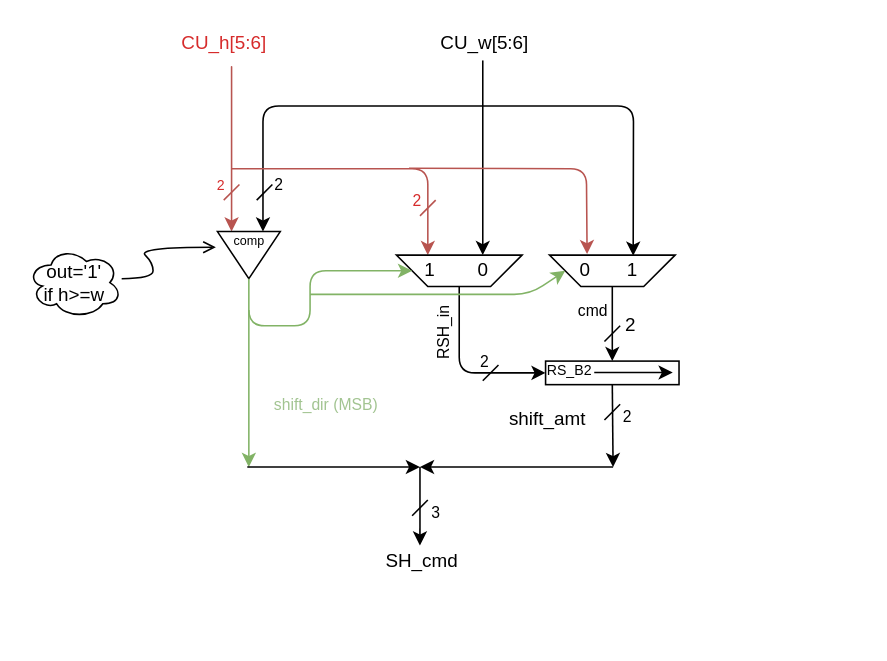
This is page "Constr. - h_over_w" (3 of 6) of AME-block_diagram.drawio from CostantinoTaranto/AME_Block-Diagram, a draw.io file, before an edit. Source tidied: cells renumbered, new cells numbered last; positions are measured from the earlier drawing's top-left corner, leaving out a move shared by most shapes. Both pictures are drawn from the tidied source at 157%, with x=0, y=0 at pixel (27, 27).
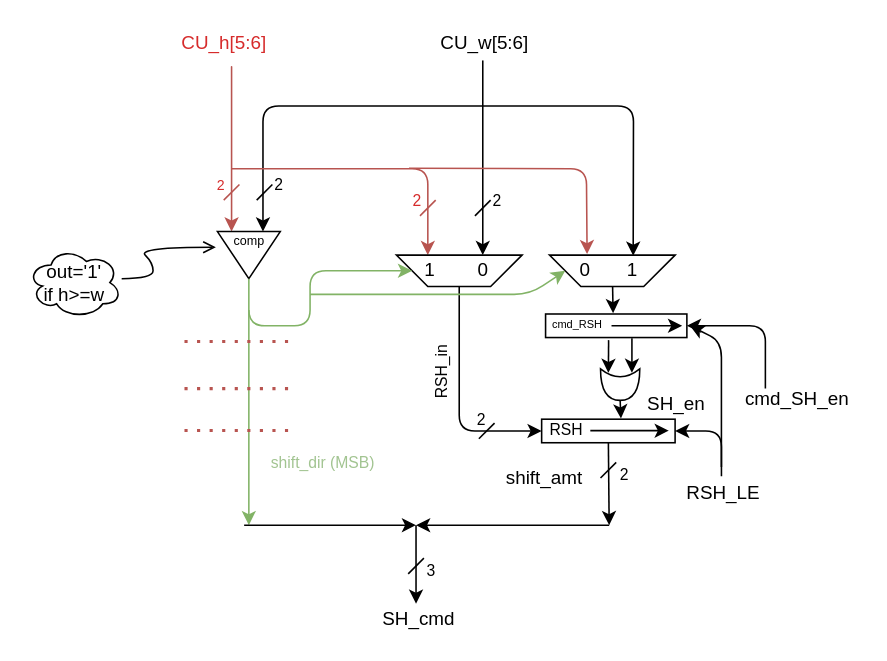
The same page after the edit.

Unchanged cells that the change refers to:
```xml
<mxCell id="9" style="shape=trapezoid;perimeter=trapezoidPerimeter;whiteSpace=wrap;html=1;fixedSize=1;rotation=-180;" parent="1" vertex="1">
  <mxGeometry x="235" y="145" width="80" height="20" as="geometry" />
</mxCell>
<mxCell id="15" style="rounded=0;whiteSpace=wrap;html=1;" parent="14" vertex="1">
  <mxGeometry y="2.5" width="85" height="15" as="geometry" />
</mxCell>
<mxCell id="23" style="shape=trapezoid;perimeter=trapezoidPerimeter;whiteSpace=wrap;html=1;fixedSize=1;rotation=-180;" parent="1" vertex="1">
  <mxGeometry x="332.5" y="145" width="80" height="20" as="geometry" />
</mxCell>
```

The edit, as a diff of the source:
```diff
@@
     <mxCell id="14" style="group;" parent="1" vertex="1">
-      <mxGeometry x="330" y="210" width="85" height="20" as="geometry" />
+      <mxGeometry x="327.5" y="247" width="85" height="20" as="geometry" />
     </mxCell>
@@
-    <mxCell id="16" value="&lt;font style=&quot;font-size: 9px&quot;&gt;RS_B2&lt;/font&gt;" style="text;html=1;align=center;verticalAlign=middle;" parent="14" vertex="1">
-      <mxGeometry x="-5" y="-2" width="40" height="20" as="geometry" />
+    <mxCell id="16" value="&lt;font size=&quot;1&quot;&gt;RSH&lt;/font&gt;" style="text;html=1;align=center;verticalAlign=middle;" parent="14" vertex="1">
+      <mxGeometry x="-5" y="-1" width="40" height="20" as="geometry" />
     </mxCell>
@@
     <mxCell id="18" style="endArrow=classic;html=1;exitX=0.5;exitY=0;exitDx=0;exitDy=0;entryX=0;entryY=0.5;entryDx=0;entryDy=0;" parent="1" edge="1" source="9" target="15">
       <mxGeometry relative="1" as="geometry">
         <Array as="points">
-          <mxPoint x="275" y="220" />
+          <mxPoint x="275" y="257" />
         </Array>
       </mxGeometry>
     </mxCell>
@@
-    <mxCell id="21" value="&lt;font style=&quot;font-size: 10px&quot;&gt;cmd&lt;/font&gt;" style="text;html=1;align=center;verticalAlign=middle;rotation=0;" parent="1" vertex="1">
-      <mxGeometry x="345" y="170" width="30" height="20" as="geometry" />
-    </mxCell>
     <mxCell id="22" value="&lt;font style=&quot;font-size: 10px&quot;&gt;RSH_in&lt;/font&gt;" style="text;html=1;align=center;verticalAlign=middle;rotation=-90;" parent="1" vertex="1">
-      <mxGeometry x="240" y="185" width="50" height="20" as="geometry" />
+      <mxGeometry x="239" y="210" width="50" height="20" as="geometry" />
     </mxCell>
@@
-    <mxCell id="26" style="endArrow=classic;html=1;entryX=0.5;entryY=0;entryDx=0;entryDy=0;" parent="1" edge="1" source="23" target="15">
-      <mxGeometry relative="1" as="geometry" />
+    <mxCell id="26" style="endArrow=classic;html=1;" parent="1" edge="1" source="23">
+      <mxGeometry relative="1" as="geometry">
+        <mxPoint x="373" y="182" as="targetPoint" />
+      </mxGeometry>
     </mxCell>
@@
     <mxCell id="29" style="endArrow=classic;html=1;fillColor=#d5e8d4;strokeColor=#82b366;" parent="1" edge="1">
       <mxGeometry relative="1" as="geometry">
         <mxPoint x="141" y="180" as="sourcePoint" />
-        <mxPoint x="141" y="280" as="targetPoint" />
+        <mxPoint x="141" y="317" as="targetPoint" />
       </mxGeometry>
     </mxCell>
     <mxCell id="30" value="&lt;font style=&quot;font-size: 10px&quot; color=&quot;#a2c491&quot;&gt;shift_dir (MSB)&lt;/font&gt;" style="text;html=1;align=center;verticalAlign=middle;rotation=0;" parent="1" vertex="1">
-      <mxGeometry x="150" y="230" width="80" height="20" as="geometry" />
+      <mxGeometry x="147.5" y="267" width="80" height="20" as="geometry" />
     </mxCell>
@@
     <mxCell id="38" style="endArrow=none;html=1;fillColor=#f8cecc;" parent="1" edge="1">
       <mxGeometry relative="1" as="geometry">
-        <mxPoint x="290" y="225" as="sourcePoint" />
-        <mxPoint x="300" y="215" as="targetPoint" />
+        <mxPoint x="287.5" y="262" as="sourcePoint" />
+        <mxPoint x="297.5" y="252" as="targetPoint" />
       </mxGeometry>
     </mxCell>
     <mxCell id="39" value="&lt;font size=&quot;1&quot;&gt;2&lt;/font&gt;" style="text;html=1;align=center;verticalAlign=middle;" parent="1" vertex="1">
-      <mxGeometry x="281" y="203" width="20" height="20" as="geometry" />
+      <mxGeometry x="278.5" y="240" width="20" height="20" as="geometry" />
     </mxCell>
-    <mxCell id="40" style="endArrow=none;html=1;strokeColor=#000000;" parent="1" edge="1">
-      <mxGeometry relative="1" as="geometry">
-        <mxPoint x="367.5" y="200" as="sourcePoint" />
-        <mxPoint x="377.5" y="190" as="targetPoint" />
-      </mxGeometry>
-    </mxCell>
-    <mxCell id="41" value="2" style="text;html=1;align=center;verticalAlign=middle;" parent="1" vertex="1">
-      <mxGeometry x="374" y="180" width="20" height="20" as="geometry" />
-    </mxCell>
     <mxCell id="42" style="endArrow=classic;html=1;strokeColor=#000000;exitX=0.5;exitY=1;exitDx=0;exitDy=0;" parent="1" edge="1" source="15">
       <mxGeometry relative="1" as="geometry">
-        <mxPoint x="373" y="280" as="targetPoint" />
+        <mxPoint x="370.5" y="317" as="targetPoint" />
       </mxGeometry>
     </mxCell>
     <mxCell id="43" value="shift_amt" style="text;html=1;align=center;verticalAlign=middle;" parent="1" vertex="1">
-      <mxGeometry x="301" y="240" width="60" height="20" as="geometry" />
+      <mxGeometry x="298.5" y="277" width="60" height="20" as="geometry" />
     </mxCell>
     <mxCell id="44" style="endArrow=none;html=1;strokeColor=#000000;" parent="1" edge="1">
       <mxGeometry relative="1" as="geometry">
-        <mxPoint x="367.5" y="250" as="sourcePoint" />
-        <mxPoint x="377.5" y="240" as="targetPoint" />
+        <mxPoint x="365" y="287" as="sourcePoint" />
+        <mxPoint x="375" y="277" as="targetPoint" />
       </mxGeometry>
     </mxCell>
     <mxCell id="45" value="&lt;font style=&quot;font-size: 10px&quot;&gt;2&lt;/font&gt;" style="text;html=1;align=center;verticalAlign=middle;" parent="1" vertex="1">
-      <mxGeometry x="372" y="238" width="20" height="20" as="geometry" />
+      <mxGeometry x="369.5" y="275" width="20" height="20" as="geometry" />
     </mxCell>
     <mxCell id="46" style="endArrow=classic;html=1;strokeColor=#000000;" parent="1" edge="1">
       <mxGeometry relative="1" as="geometry">
-        <mxPoint x="140" y="280" as="sourcePoint" />
-        <mxPoint x="250" y="280" as="targetPoint" />
+        <mxPoint x="138" y="317" as="sourcePoint" />
+        <mxPoint x="247.5" y="317" as="targetPoint" />
       </mxGeometry>
     </mxCell>
     <mxCell id="47" style="endArrow=classic;html=1;strokeColor=#000000;" parent="1" edge="1">
       <mxGeometry relative="1" as="geometry">
-        <mxPoint x="373" y="280" as="sourcePoint" />
-        <mxPoint x="250" y="280" as="targetPoint" />
+        <mxPoint x="370.5" y="317" as="sourcePoint" />
+        <mxPoint x="247.5" y="317" as="targetPoint" />
       </mxGeometry>
     </mxCell>
     <mxCell id="48" style="endArrow=classic;html=1;strokeColor=#000000;entryX=0.483;entryY=0;entryDx=0;entryDy=0;entryPerimeter=0;" parent="1" edge="1" target="49">
       <mxGeometry relative="1" as="geometry">
-        <mxPoint x="250" y="280" as="sourcePoint" />
+        <mxPoint x="247.5" y="317" as="sourcePoint" />
       </mxGeometry>
     </mxCell>
     <mxCell id="49" value="SH_cmd" style="text;html=1;align=center;verticalAlign=middle;points=[];" parent="1" vertex="1">
-      <mxGeometry x="221" y="330" width="60" height="20" as="geometry" />
+      <mxGeometry x="218.5" y="367" width="60" height="20" as="geometry" />
     </mxCell>
     <mxCell id="50" style="endArrow=none;html=1;strokeColor=#000000;" parent="1" edge="1">
       <mxGeometry relative="1" as="geometry">
-        <mxPoint x="245" y="311" as="sourcePoint" />
-        <mxPoint x="255" y="301" as="targetPoint" />
+        <mxPoint x="242.5" y="348" as="sourcePoint" />
+        <mxPoint x="252.5" y="338" as="targetPoint" />
       </mxGeometry>
     </mxCell>
     <mxCell id="51" value="&lt;font style=&quot;font-size: 10px&quot;&gt;3&lt;/font&gt;" style="text;html=1;align=center;verticalAlign=middle;" parent="1" vertex="1">
-      <mxGeometry x="249.5" y="299" width="20" height="20" as="geometry" />
+      <mxGeometry x="247" y="336" width="20" height="20" as="geometry" />
     </mxCell>
+    <mxCell id="52" style="endArrow=none;html=1;" parent="1" edge="1">
+      <mxGeometry relative="1" as="geometry">
+        <mxPoint x="285" y="120" as="sourcePoint" />
+        <mxPoint x="295" y="110" as="targetPoint" />
+      </mxGeometry>
+    </mxCell>
+    <mxCell id="41" value="&lt;font style=&quot;font-size: 10px&quot;&gt;2&lt;/font&gt;" style="text;html=1;align=center;verticalAlign=middle;" parent="1" vertex="1">
+      <mxGeometry x="289" y="100" width="20" height="20" as="geometry" />
+    </mxCell>
+    <mxCell id="53" value="SH_en" style="text;html=1;align=center;verticalAlign=middle;" parent="1" vertex="1">
+      <mxGeometry x="387.5" y="230" width="50" height="20" as="geometry" />
+    </mxCell>
+    <mxCell id="54" style="group;" parent="1" vertex="1">
+      <mxGeometry x="330" y="180" width="120" height="20" as="geometry" />
+    </mxCell>
+    <mxCell id="55" style="rounded=0;whiteSpace=wrap;html=1;" parent="54" vertex="1">
+      <mxGeometry y="2.5" width="90" height="15" as="geometry" />
+    </mxCell>
+    <mxCell id="56" value="&lt;font style=&quot;font-size: 7px&quot;&gt;cmd_RSH&lt;/font&gt;" style="text;html=1;align=center;verticalAlign=middle;points=[];" parent="54" vertex="1">
+      <mxGeometry x="-5" y="-2.5" width="50" height="20" as="geometry" />
+    </mxCell>
+    <mxCell id="57" style="endArrow=classic;html=1;" parent="54" edge="1">
+      <mxGeometry relative="1" as="geometry">
+        <mxPoint x="42" y="10" as="sourcePoint" />
+        <mxPoint x="87" y="10" as="targetPoint" />
+      </mxGeometry>
+    </mxCell>
+    <mxCell id="58" style="endArrow=classic;html=1;exitX=0.903;exitY=1.082;exitDx=0;exitDy=0;exitPerimeter=0;" parent="1" edge="1" source="56">
+      <mxGeometry relative="1" as="geometry">
+        <mxPoint x="370" y="220" as="targetPoint" />
+      </mxGeometry>
+    </mxCell>
+    <mxCell id="59" style="endArrow=classic;html=1;" parent="1" edge="1">
+      <mxGeometry relative="1" as="geometry">
+        <mxPoint x="385" y="198" as="sourcePoint" />
+        <mxPoint x="385" y="220" as="targetPoint" />
+      </mxGeometry>
+    </mxCell>
+    <mxCell id="60" style="shape=xor;whiteSpace=wrap;html=1;rotation=90;" parent="1" vertex="1">
+      <mxGeometry x="367.5" y="215" width="20" height="25" as="geometry" />
+    </mxCell>
+    <mxCell id="61" style="endArrow=classic;html=1;exitX=1;exitY=0.5;exitDx=0;exitDy=0;exitPerimeter=0;" parent="1" edge="1" source="60">
+      <mxGeometry relative="1" as="geometry">
+        <mxPoint x="378" y="249" as="targetPoint" />
+      </mxGeometry>
+    </mxCell>
+    <mxCell id="62" style="endArrow=classic;html=1;entryX=1;entryY=0.5;entryDx=0;entryDy=0;" parent="1" edge="1" target="55">
+      <mxGeometry relative="1" as="geometry">
+        <mxPoint x="470" y="230" as="sourcePoint" />
+        <Array as="points">
+          <mxPoint x="470" y="190" />
+        </Array>
+      </mxGeometry>
+    </mxCell>
+    <mxCell id="63" value="cmd_SH_en" style="text;html=1;align=center;verticalAlign=middle;" parent="1" vertex="1">
+      <mxGeometry x="450" y="227" width="80" height="20" as="geometry" />
+    </mxCell>
+    <mxCell id="64" value="RSH_LE" style="text;html=1;align=center;verticalAlign=middle;points=[];" parent="1" vertex="1">
+      <mxGeometry x="412.5" y="287" width="60" height="20" as="geometry" />
+    </mxCell>
+    <mxCell id="65" style="endArrow=classic;html=1;exitX=0.492;exitY=-0.057;exitDx=0;exitDy=0;exitPerimeter=0;entryX=1;entryY=0.5;entryDx=0;entryDy=0;" parent="1" edge="1" source="64" target="15">
+      <mxGeometry relative="1" as="geometry">
+        <Array as="points">
+          <mxPoint x="442" y="257" />
+        </Array>
+      </mxGeometry>
+    </mxCell>
+    <mxCell id="66" style="endArrow=classic;html=1;" parent="1" edge="1">
+      <mxGeometry relative="1" as="geometry">
+        <mxPoint x="442" y="280" as="sourcePoint" />
+        <mxPoint x="422" y="190" as="targetPoint" />
+        <Array as="points">
+          <mxPoint x="442" y="200" />
+        </Array>
+      </mxGeometry>
+    </mxCell>
+    <mxCell id="67" style="endArrow=none;dashed=1;html=1;dashPattern=1 3;strokeWidth=2;fillColor=#f8cecc;strokeColor=#b85450;" parent="1" edge="1">
+      <mxGeometry relative="1" as="geometry">
+        <mxPoint x="100" y="230" as="sourcePoint" />
+        <mxPoint x="170" y="230" as="targetPoint" />
+      </mxGeometry>
+    </mxCell>
+    <mxCell id="68" style="endArrow=none;dashed=1;html=1;dashPattern=1 3;strokeWidth=2;fillColor=#f8cecc;strokeColor=#b85450;" parent="1" edge="1">
+      <mxGeometry relative="1" as="geometry">
+        <mxPoint x="100" y="256.7" as="sourcePoint" />
+        <mxPoint x="170" y="256.7" as="targetPoint" />
+      </mxGeometry>
+    </mxCell>
+    <mxCell id="69" style="endArrow=none;dashed=1;html=1;dashPattern=1 3;strokeWidth=2;fillColor=#f8cecc;strokeColor=#b85450;" parent="1" edge="1">
+      <mxGeometry relative="1" as="geometry">
+        <mxPoint x="100" y="200" as="sourcePoint" />
+        <mxPoint x="170" y="200" as="targetPoint" />
+      </mxGeometry>
+    </mxCell>
```
